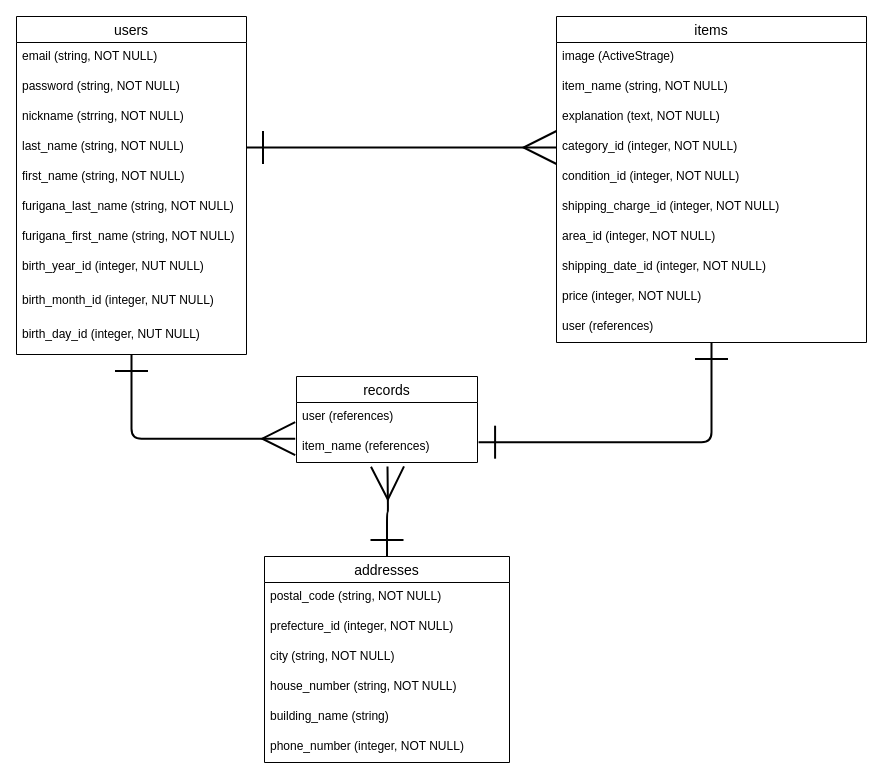
Mizuki-hhh/furima-33010 keeps this draw.io diagram as ER.dio. Above is the earlier version. Source tidied: cells renumbered, new cells numbered last; positions are measured from the earlier drawing's top-left corner, leaving out a move shared by most shapes. Both pictures are drawn from the tidied source at 100%, with x=0, y=0 at pixel (16, 16).
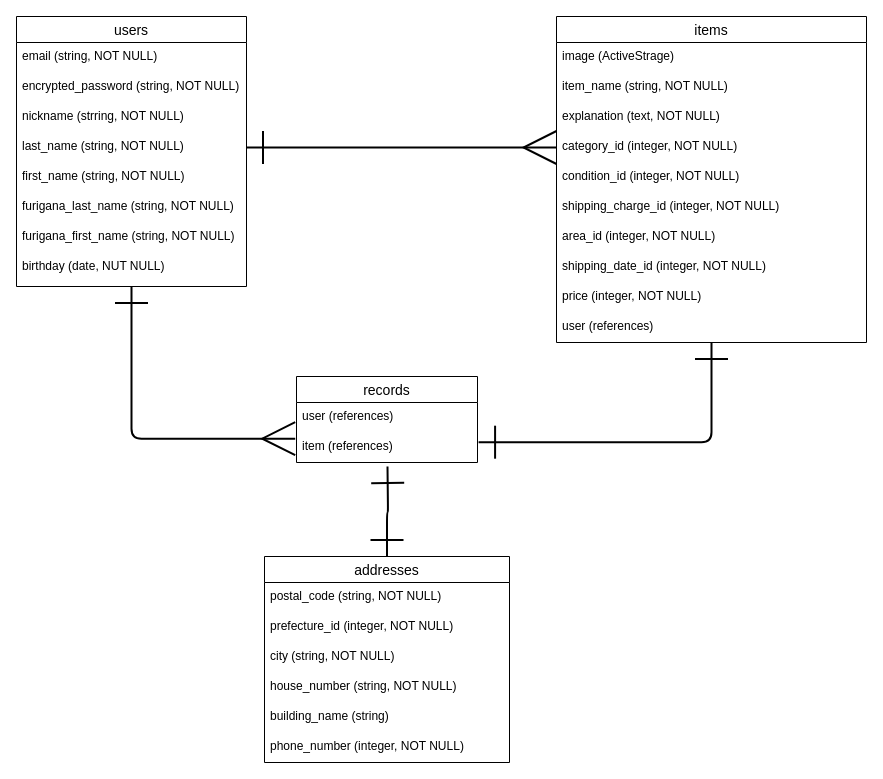
After the change.

Commit message (it also covers changes not shown here):
ER図とREADMEの修正

The change refers to these unchanged cells:
```xml
<mxCell id="26" value="records" style="swimlane;fontStyle=0;horizontal=1;startSize=26;align=center;fontSize=14;fillColor=none;" parent="1" vertex="1">
  <mxGeometry x="280" y="360" width="181" height="86" as="geometry" />
</mxCell>
<mxCell id="30" value="addresses" style="swimlane;fontStyle=0;horizontal=1;startSize=26;align=center;fontSize=14;fillColor=none;" parent="1" vertex="1">
  <mxGeometry x="248" y="540" width="245" height="206" as="geometry" />
</mxCell>
```

The edit, as a diff of the source:
```diff
@@
     <mxCell id="3" value="users" style="swimlane;fontStyle=0;horizontal=1;startSize=26;align=center;fontSize=14;fillColor=none;" parent="1" vertex="1">
-      <mxGeometry width="230" height="338" as="geometry" />
+      <mxGeometry width="230" height="270" as="geometry" />
     </mxCell>
@@
-    <mxCell id="5" value="password (string, NOT NULL)" style="text;strokeColor=none;fillColor=none;spacingLeft=4;spacingRight=4;overflow=hidden;fontSize=12;" parent="3" vertex="1">
+    <mxCell id="5" value="encrypted_password (string, NOT NULL)" style="text;strokeColor=none;fillColor=none;spacingLeft=4;spacingRight=4;overflow=hidden;fontSize=12;" parent="3" vertex="1">
       <mxGeometry y="56" width="230" height="30" as="geometry" />
     </mxCell>
@@
-    <mxCell id="11" value="birth_year_id (integer, NUT NULL)" style="text;strokeColor=none;fillColor=none;spacingLeft=4;spacingRight=4;overflow=hidden;fontSize=12;" parent="3" vertex="1">
+    <mxCell id="11" value="birthday (date, NUT NULL)" style="text;strokeColor=none;fillColor=none;spacingLeft=4;spacingRight=4;overflow=hidden;fontSize=12;" parent="3" vertex="1">
       <mxGeometry y="236" width="230" height="34" as="geometry" />
     </mxCell>
-    <mxCell id="12" value="birth_month_id (integer, NUT NULL)" style="text;strokeColor=none;fillColor=none;spacingLeft=4;spacingRight=4;overflow=hidden;fontSize=12;" parent="3" vertex="1">
-      <mxGeometry y="270" width="230" height="34" as="geometry" />
-    </mxCell>
-    <mxCell id="13" value="birth_day_id (integer, NUT NULL)" style="text;strokeColor=none;fillColor=none;spacingLeft=4;spacingRight=4;overflow=hidden;fontSize=12;" parent="3" vertex="1">
-      <mxGeometry y="304" width="230" height="34" as="geometry" />
-    </mxCell>
@@
-    <mxCell id="28" value="item_name (references)" style="text;strokeColor=none;fillColor=none;spacingLeft=4;spacingRight=4;overflow=hidden;points=[[0,0.5],[1,0.5]];portConstraint=eastwest;fontSize=12;" parent="26" vertex="1">
+    <mxCell id="28" value="item (references)" style="text;strokeColor=none;fillColor=none;spacingLeft=4;spacingRight=4;overflow=hidden;points=[[0,0.5],[1,0.5]];portConstraint=eastwest;fontSize=12;" parent="26" vertex="1">
       <mxGeometry y="56" width="181" height="30" as="geometry" />
     </mxCell>
-    <mxCell id="29" style="edgeStyle=orthogonalEdgeStyle;curved=0;rounded=1;sketch=0;jettySize=auto;html=1;startArrow=ERone;startFill=0;startSize=30;endArrow=ERmany;endFill=0;endSize=30;strokeWidth=2;fontSize=12;" parent="1" edge="1" source="30">
+    <mxCell id="29" style="edgeStyle=orthogonalEdgeStyle;curved=0;rounded=1;sketch=0;jettySize=auto;html=1;startArrow=ERone;startFill=0;startSize=30;endArrow=ERone;endFill=0;endSize=30;strokeWidth=2;fontSize=12;" parent="1" edge="1" source="30">
       <mxGeometry relative="1" as="geometry">
         <mxPoint x="371" y="450" as="targetPoint" />
       </mxGeometry>
     </mxCell>
```
